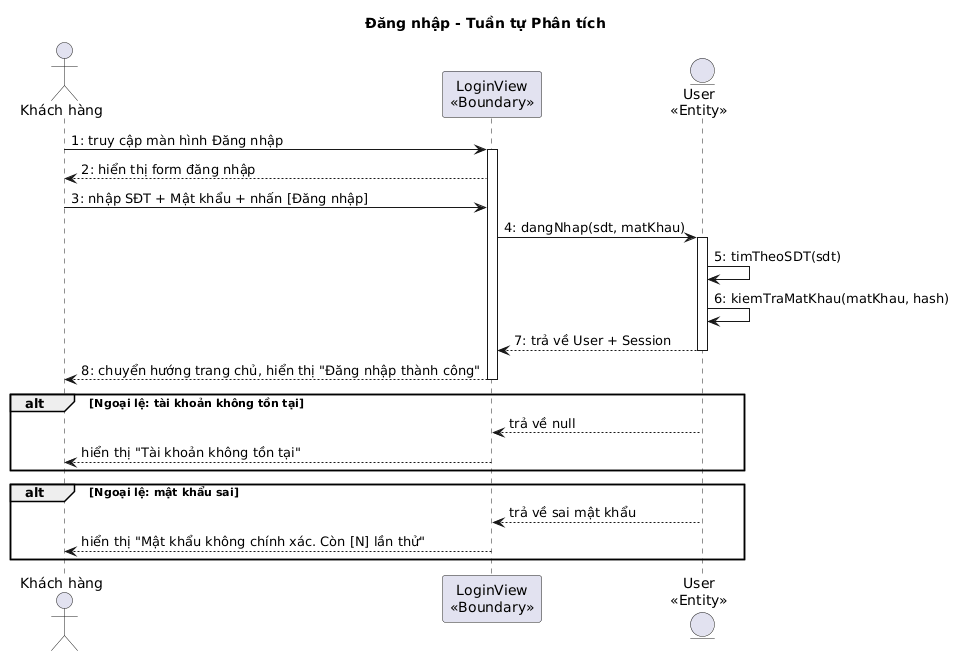
Before: output/diagrams/account_seq_login_design.png, a diagram exported from PlantUML (thanhtrnnn/cnpm).
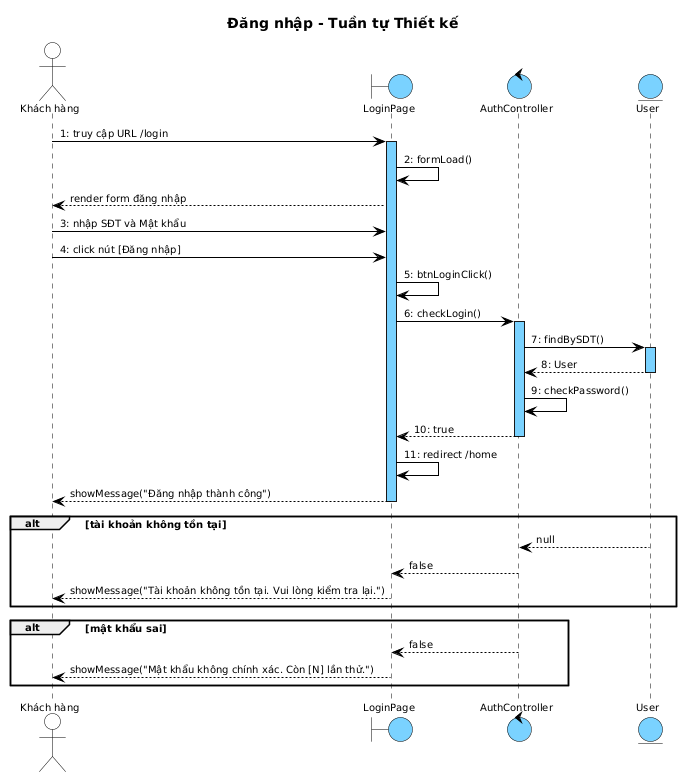
After the change.

Diff of the diagram source:
```diff
@@ -1,30 +1,57 @@
 @startuml
-title Đăng nhập - Tuần tự Phân tích
+skinparam shadowing false
+skinparam SequenceMessageAlign left
+skinparam SequenceLifeLineBackgroundColor #7AD2FF
+skinparam SequenceLifeLineBorderColor #000000
+
+<style>
+sequenceDiagram {
+  Shadowing 0; RoundCorner 0; FontName "Arial"; FontSize 10; FontColor #000000
+  participant { BackgroundColor #7AD2FF; LineColor #000000; LineThickness 1 }
+  actor { BackgroundColor transparent; LineColor #000000 }
+  boundary { BackgroundColor #7AD2FF; LineColor #000000 }
+  control { BackgroundColor #7AD2FF; LineColor #000000 }
+  entity { BackgroundColor #7AD2FF; LineColor #000000 }
+  lifeline { LineColor #000000; LineStyle 5-5 }
+  arrow { LineColor #000000; LineThickness 1; FontSize 10 }
+}
+</style>
+
+title Đăng nhập - Tuần tự Thiết kế
 
 actor "Khách hàng" as KH
-participant "LoginView\n<<Boundary>>" as B1
-entity "User\n<<Entity>>" as E1
+boundary LoginPage as B1
+control AuthController as C1
+entity User as E1
 
-KH -> B1 : 1: truy cập màn hình Đăng nhập
+KH -> B1 : 1: truy cập URL /login
 activate B1
-B1 --> KH : 2: hiển thị form đăng nhập
-KH -> B1 : 3: nhập SĐT + Mật khẩu + nhấn [Đăng nhập]
-B1 -> E1 : 4: dangNhap(sdt, matKhau)
+B1 -> B1 : 2: formLoad()
+B1 --> KH : render form đăng nhập
+KH -> B1 : 3: nhập SĐT và Mật khẩu
+KH -> B1 : 4: click nút [Đăng nhập]
+B1 -> B1 : 5: btnLoginClick()
+B1 -> C1 : 6: checkLogin()
+activate C1
+C1 -> E1 : 7: findBySDT()
 activate E1
-E1 -> E1 : 5: timTheoSDT(sdt)
-E1 -> E1 : 6: kiemTraMatKhau(matKhau, hash)
-E1 --> B1 : 7: trả về User + Session
+E1 --> C1 : 8: User
 deactivate E1
-B1 --> KH : 8: chuyển hướng trang chủ, hiển thị "Đăng nhập thành công"
+C1 -> C1 : 9: checkPassword()
+C1 --> B1 : 10: true
+deactivate C1
+B1 -> B1 : 11: redirect /home
+B1 --> KH : showMessage("Đăng nhập thành công")
 deactivate B1
 
-alt Ngoại lệ: tài khoản không tồn tại
-  E1 --> B1 : trả về null
-  B1 --> KH : hiển thị "Tài khoản không tồn tại"
+alt tài khoản không tồn tại
+  E1 --> C1 : null
+  C1 --> B1 : false
+  B1 --> KH : showMessage("Tài khoản không tồn tại. Vui lòng kiểm tra lại.")
 end
 
-alt Ngoại lệ: mật khẩu sai
-  E1 --> B1 : trả về sai mật khẩu
-  B1 --> KH : hiển thị "Mật khẩu không chính xác. Còn [N] lần thử"
+alt mật khẩu sai
+  C1 --> B1 : false
+  B1 --> KH : showMessage("Mật khẩu không chính xác. Còn [N] lần thử.")
 end
 @enduml
```
